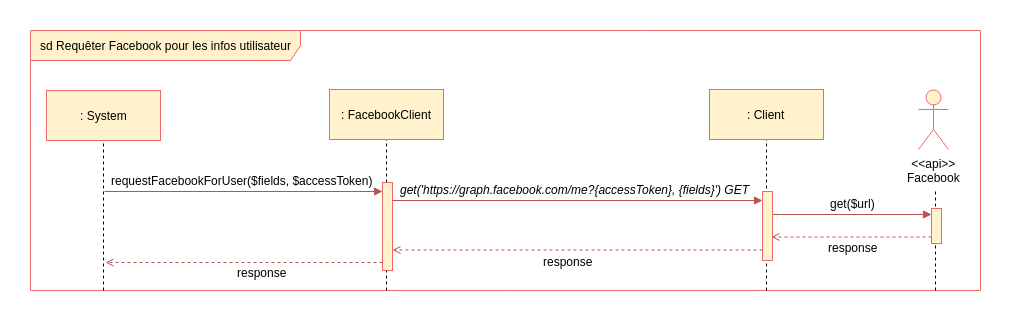
This is Diagrammes/Requeter_facebook_utilisateur.png from Thibok/Frontend_Bilemo, a draw.io export, as it was before one commit. Source tidied: cells renumbered, new cells last; positions are measured from the earlier drawing's top-left corner, leaving out a move shared by most shapes. Source of this version:
```xml
<mxGraphModel background="#ffffff">
  <root>
    <mxCell id="0" />
    <mxCell id="1" parent="0" />
    <mxCell id="2" value="sd Requêter Facebook pour les infos utilisateur&lt;br&gt;" style="shape=umlFrame;whiteSpace=wrap;html=1;width=270;height=30;fillColor=#fff2cc;strokeColor=#EA6B66;" parent="1" vertex="1">
      <mxGeometry width="950" height="260" as="geometry" />
    </mxCell>
    <mxCell id="3" style="endArrow=none;dashed=1;html=1;entryX=0.5;entryY=1;exitX=0.197;exitY=1.001;exitPerimeter=0;" parent="1" edge="1">
      <mxGeometry relative="1" as="geometry">
        <mxPoint x="356" y="260" as="sourcePoint" />
        <mxPoint x="356" y="105.3" as="targetPoint" />
      </mxGeometry>
    </mxCell>
    <mxCell id="4" style="endArrow=none;dashed=1;html=1;entryX=0.5;entryY=1;exitX=0.318;exitY=1.001;exitPerimeter=0;" parent="1" edge="1">
      <mxGeometry relative="1" as="geometry">
        <mxPoint x="905" y="260" as="sourcePoint" />
        <mxPoint x="905" y="161" as="targetPoint" />
      </mxGeometry>
    </mxCell>
    <mxCell id="5" style="endArrow=none;dashed=1;html=1;entryX=0.5;entryY=1;" parent="1" edge="1">
      <mxGeometry relative="1" as="geometry">
        <mxPoint x="73" y="260" as="sourcePoint" />
        <mxPoint x="73" y="102" as="targetPoint" />
      </mxGeometry>
    </mxCell>
    <mxCell id="6" value=": FacebookClient" style="html=1;fillColor=#fff2cc;strokeColor=#EA6B66;" parent="1" vertex="1">
      <mxGeometry x="299" y="59" width="114" height="50" as="geometry" />
    </mxCell>
    <mxCell id="7" style="html=1;perimeter=orthogonalPerimeter;fillColor=#fff2cc;strokeColor=#EA6B66;" parent="1" vertex="1">
      <mxGeometry x="352" y="152" width="10" height="88" as="geometry" />
    </mxCell>
    <mxCell id="8" style="endArrow=block;html=1;endFill=1;fillColor=#f8cecc;strokeColor=#b85450;" parent="1" edge="1">
      <mxGeometry relative="1" as="geometry">
        <mxPoint x="74" y="161" as="sourcePoint" />
        <mxPoint x="352" y="161" as="targetPoint" />
      </mxGeometry>
    </mxCell>
    <mxCell id="9" value=": System" style="html=1;fillColor=#fff2cc;strokeColor=#EA6B66;" parent="1" vertex="1">
      <mxGeometry x="16" y="60" width="114" height="50" as="geometry" />
    </mxCell>
    <mxCell id="10" style="endArrow=none;dashed=1;html=1;entryX=0.5;entryY=1;" parent="1" edge="1">
      <mxGeometry relative="1" as="geometry">
        <mxPoint x="736" y="260" as="sourcePoint" />
        <mxPoint x="736" y="92.8" as="targetPoint" />
      </mxGeometry>
    </mxCell>
    <mxCell id="11" value=": Client" style="html=1;fillColor=#fff2cc;strokeColor=#EA6B66;" parent="1" vertex="1">
      <mxGeometry x="679" y="59" width="114" height="50" as="geometry" />
    </mxCell>
    <mxCell id="12" value="requestFacebookForUser($fields, $accessToken)" style="text;html=1;align=left;verticalAlign=top;spacingTop=-4;" parent="1" vertex="1">
      <mxGeometry x="79" y="141" width="280" height="20" as="geometry" />
    </mxCell>
    <mxCell id="13" style="endArrow=open;html=1;endFill=0;fillColor=#f8cecc;strokeColor=#b85450;dashed=1;exitX=0.7;exitY=0.804;exitPerimeter=0;" parent="1" edge="1">
      <mxGeometry relative="1" as="geometry">
        <mxPoint x="901" y="206.5" as="sourcePoint" />
        <mxPoint x="741" y="206.5" as="targetPoint" />
      </mxGeometry>
    </mxCell>
    <mxCell id="14" style="html=1;perimeter=orthogonalPerimeter;fillColor=#fff2cc;strokeColor=#EA6B66;" parent="1" vertex="1">
      <mxGeometry x="901" y="178" width="10" height="35" as="geometry" />
    </mxCell>
    <mxCell id="15" style="endArrow=block;html=1;endFill=1;fillColor=#f8cecc;strokeColor=#b85450;entryX=0.15;entryY=0.221;entryPerimeter=0;" parent="1" edge="1">
      <mxGeometry relative="1" as="geometry">
        <mxPoint x="739" y="184" as="sourcePoint" />
        <mxPoint x="901" y="184" as="targetPoint" />
      </mxGeometry>
    </mxCell>
    <mxCell id="16" value="&amp;lt;&amp;lt;api&amp;gt;&amp;gt;&lt;br&gt;Facebook&lt;br&gt;" style="shape=umlActor;verticalLabelPosition=bottom;labelBackgroundColor=#ffffff;verticalAlign=top;html=1;fillColor=#fff2cc;strokeColor=#EA6B66;" parent="1" vertex="1">
      <mxGeometry x="888" y="59" width="30" height="60" as="geometry" />
    </mxCell>
    <mxCell id="17" value="&lt;div&gt;&lt;span&gt;get('https://graph.facebook.com/me?{accessToken}, {fields}') GET&lt;/span&gt;&lt;/div&gt;" style="text;html=1;align=left;verticalAlign=top;spacingTop=-4;fontStyle=2;" parent="1" vertex="1">
      <mxGeometry x="368" y="150" width="360" height="10" as="geometry" />
    </mxCell>
    <mxCell id="18" style="endArrow=block;html=1;endFill=1;fillColor=#f8cecc;strokeColor=#b85450;" parent="1" edge="1">
      <mxGeometry relative="1" as="geometry">
        <mxPoint x="362" y="170" as="sourcePoint" />
        <mxPoint x="732" y="170" as="targetPoint" />
      </mxGeometry>
    </mxCell>
    <mxCell id="19" style="html=1;perimeter=orthogonalPerimeter;fillColor=#fff2cc;strokeColor=#EA6B66;" parent="1" vertex="1">
      <mxGeometry x="732" y="161" width="10" height="69" as="geometry" />
    </mxCell>
    <mxCell id="20" value="get($url)" style="text;html=1;align=left;verticalAlign=top;spacingTop=-4;" parent="1" vertex="1">
      <mxGeometry x="797.5" y="163.5" width="60" height="20" as="geometry" />
    </mxCell>
    <mxCell id="21" value="response" style="text;html=1;align=left;verticalAlign=top;spacingTop=-4;" parent="1" vertex="1">
      <mxGeometry x="795.5" y="208" width="60" height="20" as="geometry" />
    </mxCell>
    <mxCell id="22" style="endArrow=open;html=1;endFill=0;fillColor=#f8cecc;strokeColor=#b85450;dashed=1;exitX=0.7;exitY=0.804;exitPerimeter=0;" parent="1" edge="1">
      <mxGeometry relative="1" as="geometry">
        <mxPoint x="732" y="219.5" as="sourcePoint" />
        <mxPoint x="362" y="219.5" as="targetPoint" />
      </mxGeometry>
    </mxCell>
    <mxCell id="23" value="response" style="text;html=1;align=left;verticalAlign=top;spacingTop=-4;" parent="1" vertex="1">
      <mxGeometry x="511" y="222" width="60" height="20" as="geometry" />
    </mxCell>
    <mxCell id="24" style="endArrow=open;html=1;endFill=0;fillColor=#f8cecc;strokeColor=#b85450;dashed=1;exitX=0.7;exitY=0.804;exitPerimeter=0;" parent="1" edge="1">
      <mxGeometry relative="1" as="geometry">
        <mxPoint x="352" y="232" as="sourcePoint" />
        <mxPoint x="75" y="232" as="targetPoint" />
      </mxGeometry>
    </mxCell>
    <mxCell id="25" value="response" style="text;html=1;align=left;verticalAlign=top;spacingTop=-4;" parent="1" vertex="1">
      <mxGeometry x="205" y="233" width="60" height="20" as="geometry" />
    </mxCell>
  </root>
</mxGraphModel>
```
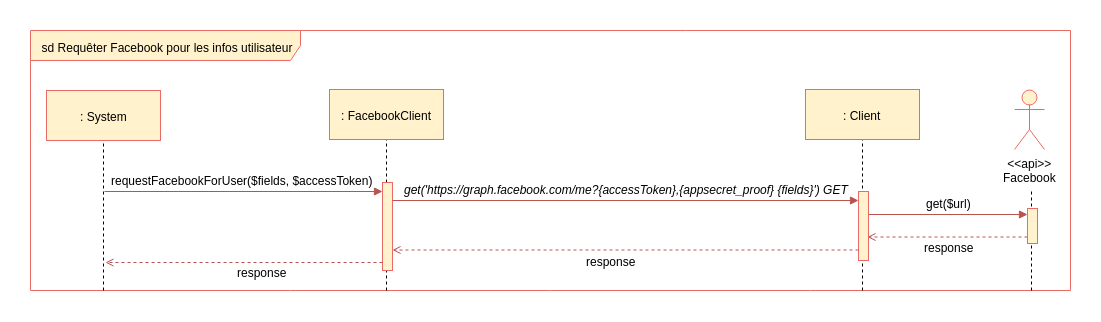
The same file after the commit.

Commit message:
Update diagram, travis.yml, update phpUnit, update tests for new version, update Readme for new requirement php 7.3.Update code for Codacy

What changed in the source:
```diff
@@ -3,7 +3,7 @@
     <mxCell id="0" />
     <mxCell id="1" parent="0" />
     <mxCell id="2" value="sd Requêter Facebook pour les infos utilisateur&lt;br&gt;" style="shape=umlFrame;whiteSpace=wrap;html=1;width=270;height=30;fillColor=#fff2cc;strokeColor=#EA6B66;" parent="1" vertex="1">
-      <mxGeometry width="950" height="260" as="geometry" />
+      <mxGeometry width="1040" height="260" as="geometry" />
     </mxCell>
     <mxCell id="3" style="endArrow=none;dashed=1;html=1;entryX=0.5;entryY=1;exitX=0.197;exitY=1.001;exitPerimeter=0;" parent="1" edge="1">
       <mxGeometry relative="1" as="geometry">
@@ -13,8 +13,8 @@
     </mxCell>
     <mxCell id="4" style="endArrow=none;dashed=1;html=1;entryX=0.5;entryY=1;exitX=0.318;exitY=1.001;exitPerimeter=0;" parent="1" edge="1">
       <mxGeometry relative="1" as="geometry">
-        <mxPoint x="905" y="260" as="sourcePoint" />
-        <mxPoint x="905" y="161" as="targetPoint" />
+        <mxPoint x="1001" y="260" as="sourcePoint" />
+        <mxPoint x="1001" y="161" as="targetPoint" />
       </mxGeometry>
     </mxCell>
     <mxCell id="5" style="endArrow=none;dashed=1;html=1;entryX=0.5;entryY=1;" parent="1" edge="1">
@@ -40,60 +40,60 @@
     </mxCell>
     <mxCell id="10" style="endArrow=none;dashed=1;html=1;entryX=0.5;entryY=1;" parent="1" edge="1">
       <mxGeometry relative="1" as="geometry">
-        <mxPoint x="736" y="260" as="sourcePoint" />
-        <mxPoint x="736" y="92.8" as="targetPoint" />
+        <mxPoint x="832" y="260" as="sourcePoint" />
+        <mxPoint x="832" y="92.8" as="targetPoint" />
       </mxGeometry>
     </mxCell>
     <mxCell id="11" value=": Client" style="html=1;fillColor=#fff2cc;strokeColor=#EA6B66;" parent="1" vertex="1">
-      <mxGeometry x="679" y="59" width="114" height="50" as="geometry" />
+      <mxGeometry x="775" y="59" width="114" height="50" as="geometry" />
     </mxCell>
     <mxCell id="12" value="requestFacebookForUser($fields, $accessToken)" style="text;html=1;align=left;verticalAlign=top;spacingTop=-4;" parent="1" vertex="1">
       <mxGeometry x="79" y="141" width="280" height="20" as="geometry" />
     </mxCell>
     <mxCell id="13" style="endArrow=open;html=1;endFill=0;fillColor=#f8cecc;strokeColor=#b85450;dashed=1;exitX=0.7;exitY=0.804;exitPerimeter=0;" parent="1" edge="1">
       <mxGeometry relative="1" as="geometry">
-        <mxPoint x="901" y="206.5" as="sourcePoint" />
-        <mxPoint x="741" y="206.5" as="targetPoint" />
+        <mxPoint x="997" y="206.5" as="sourcePoint" />
+        <mxPoint x="837" y="206.5" as="targetPoint" />
       </mxGeometry>
     </mxCell>
     <mxCell id="14" style="html=1;perimeter=orthogonalPerimeter;fillColor=#fff2cc;strokeColor=#EA6B66;" parent="1" vertex="1">
-      <mxGeometry x="901" y="178" width="10" height="35" as="geometry" />
+      <mxGeometry x="997" y="178" width="10" height="35" as="geometry" />
     </mxCell>
     <mxCell id="15" style="endArrow=block;html=1;endFill=1;fillColor=#f8cecc;strokeColor=#b85450;entryX=0.15;entryY=0.221;entryPerimeter=0;" parent="1" edge="1">
       <mxGeometry relative="1" as="geometry">
-        <mxPoint x="739" y="184" as="sourcePoint" />
-        <mxPoint x="901" y="184" as="targetPoint" />
+        <mxPoint x="835" y="184" as="sourcePoint" />
+        <mxPoint x="997" y="184" as="targetPoint" />
       </mxGeometry>
     </mxCell>
     <mxCell id="16" value="&amp;lt;&amp;lt;api&amp;gt;&amp;gt;&lt;br&gt;Facebook&lt;br&gt;" style="shape=umlActor;verticalLabelPosition=bottom;labelBackgroundColor=#ffffff;verticalAlign=top;html=1;fillColor=#fff2cc;strokeColor=#EA6B66;" parent="1" vertex="1">
-      <mxGeometry x="888" y="59" width="30" height="60" as="geometry" />
+      <mxGeometry x="984" y="59" width="30" height="60" as="geometry" />
     </mxCell>
-    <mxCell id="17" value="&lt;div&gt;&lt;span&gt;get('https://graph.facebook.com/me?{accessToken}, {fields}') GET&lt;/span&gt;&lt;/div&gt;" style="text;html=1;align=left;verticalAlign=top;spacingTop=-4;fontStyle=2;" parent="1" vertex="1">
-      <mxGeometry x="368" y="150" width="360" height="10" as="geometry" />
+    <mxCell id="17" value="&lt;div&gt;&lt;span&gt;get('https://graph.facebook.com/me?{accessToken},{appsecret_proof} {fields}') GET&lt;/span&gt;&lt;/div&gt;" style="text;html=1;align=left;verticalAlign=top;spacingTop=-4;fontStyle=2;" parent="1" vertex="1">
+      <mxGeometry x="372" y="150" width="460" height="10" as="geometry" />
     </mxCell>
     <mxCell id="18" style="endArrow=block;html=1;endFill=1;fillColor=#f8cecc;strokeColor=#b85450;" parent="1" edge="1">
       <mxGeometry relative="1" as="geometry">
         <mxPoint x="362" y="170" as="sourcePoint" />
-        <mxPoint x="732" y="170" as="targetPoint" />
+        <mxPoint x="828" y="170" as="targetPoint" />
       </mxGeometry>
     </mxCell>
     <mxCell id="19" style="html=1;perimeter=orthogonalPerimeter;fillColor=#fff2cc;strokeColor=#EA6B66;" parent="1" vertex="1">
-      <mxGeometry x="732" y="161" width="10" height="69" as="geometry" />
+      <mxGeometry x="828" y="161" width="10" height="69" as="geometry" />
     </mxCell>
     <mxCell id="20" value="get($url)" style="text;html=1;align=left;verticalAlign=top;spacingTop=-4;" parent="1" vertex="1">
-      <mxGeometry x="797.5" y="163.5" width="60" height="20" as="geometry" />
+      <mxGeometry x="893.5" y="163.5" width="60" height="20" as="geometry" />
     </mxCell>
     <mxCell id="21" value="response" style="text;html=1;align=left;verticalAlign=top;spacingTop=-4;" parent="1" vertex="1">
-      <mxGeometry x="795.5" y="208" width="60" height="20" as="geometry" />
+      <mxGeometry x="891.5" y="208" width="60" height="20" as="geometry" />
     </mxCell>
     <mxCell id="22" style="endArrow=open;html=1;endFill=0;fillColor=#f8cecc;strokeColor=#b85450;dashed=1;exitX=0.7;exitY=0.804;exitPerimeter=0;" parent="1" edge="1">
       <mxGeometry relative="1" as="geometry">
-        <mxPoint x="732" y="219.5" as="sourcePoint" />
+        <mxPoint x="828" y="219.5" as="sourcePoint" />
         <mxPoint x="362" y="219.5" as="targetPoint" />
       </mxGeometry>
     </mxCell>
     <mxCell id="23" value="response" style="text;html=1;align=left;verticalAlign=top;spacingTop=-4;" parent="1" vertex="1">
-      <mxGeometry x="511" y="222" width="60" height="20" as="geometry" />
+      <mxGeometry x="554" y="222" width="60" height="20" as="geometry" />
     </mxCell>
     <mxCell id="24" style="endArrow=open;html=1;endFill=0;fillColor=#f8cecc;strokeColor=#b85450;dashed=1;exitX=0.7;exitY=0.804;exitPerimeter=0;" parent="1" edge="1">
       <mxGeometry relative="1" as="geometry">
```
